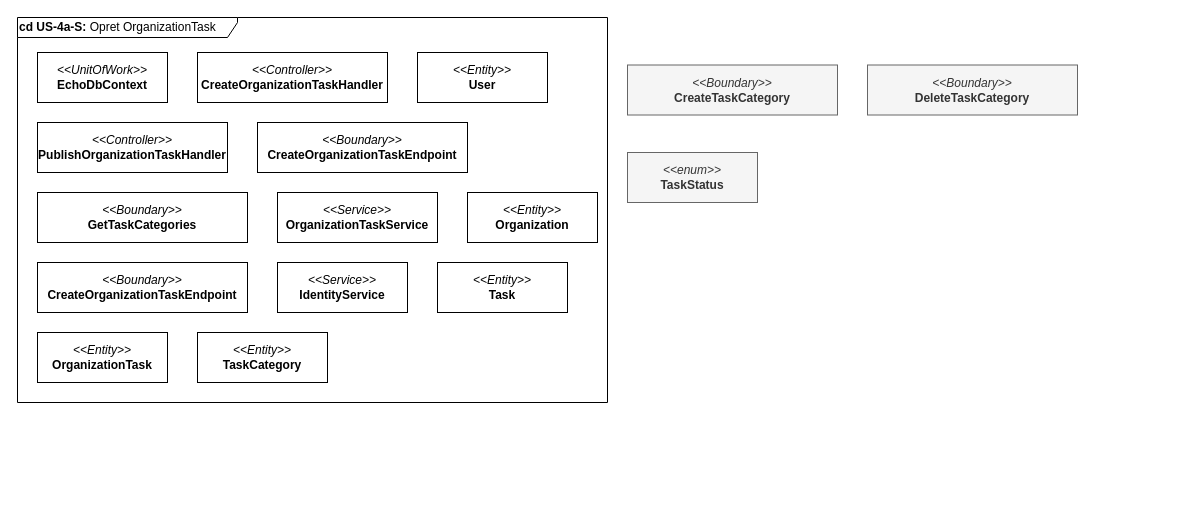
Echo-AU/artifacts keeps this draw.io diagram as page "2 - Klasser uden forbindelser" (2 of 4) of drawio/Applikationsmodeller/US4a/BE/US4a_BE_Applikationsmodel.drawio. Above is the earlier version. Source tidied: cells renumbered, new cells numbered last; positions are measured from the earlier drawing's top-left corner, leaving out a move shared by most shapes. Both pictures are drawn from the tidied source at 100%, with x=0, y=0 at pixel (17, 17).
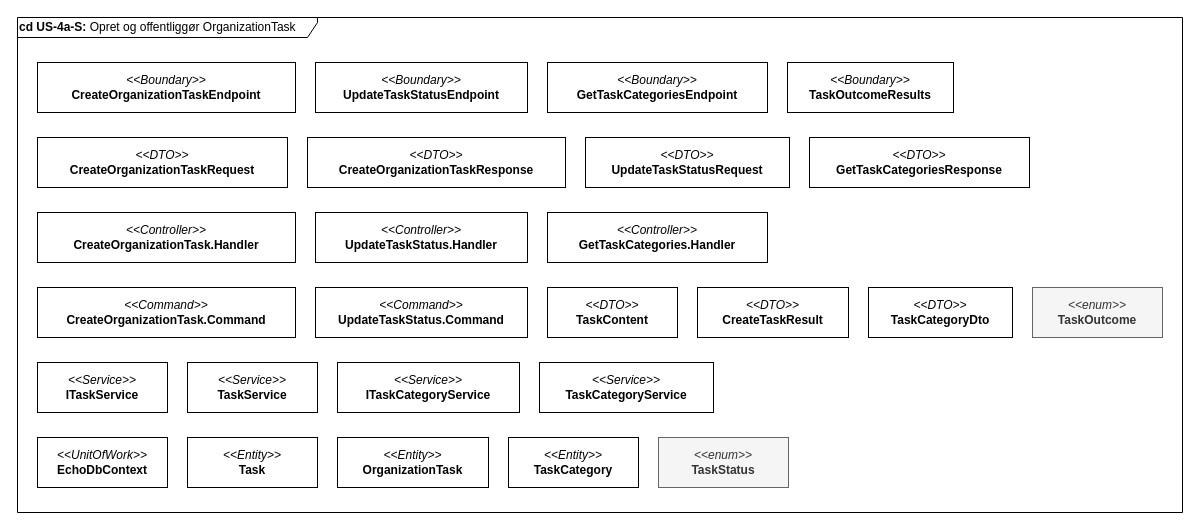
After the change.

Diff of the diagram source:
```diff
@@
-    <mxCell id="2" value="&lt;b style=&quot;text-align: center;&quot;&gt;cd US-4a-S: &lt;/b&gt;&lt;span style=&quot;text-align: center;&quot;&gt;Opret OrganizationTask&lt;/span&gt;" style="shape=umlFrame;whiteSpace=wrap;html=1;width=220;height=20;align=left;" parent="1" vertex="1">
-      <mxGeometry width="590" height="385" as="geometry" />
-    </mxCell>
-    <mxCell id="3" value="&lt;span style=&quot;font-weight: normal;&quot;&gt;&lt;i&gt;&amp;lt;&amp;lt;Service&amp;gt;&amp;gt;&lt;/i&gt;&lt;/span&gt;&lt;div&gt;IdentityService&lt;/div&gt;" style="rounded=0;whiteSpace=wrap;html=1;fontStyle=1;" parent="1" vertex="1">
-      <mxGeometry x="260" y="245" width="130" height="50" as="geometry" />
-    </mxCell>
+    <mxCell id="19" value="&lt;b&gt;cd US-4a-S: &lt;/b&gt;Opret og offentliggør OrganizationTask" style="shape=umlFrame;whiteSpace=wrap;html=1;width=300;height=20;align=left;" parent="1" vertex="1">
+      <mxGeometry width="1165" height="495" as="geometry" />
+    </mxCell>
+    <mxCell id="20" value="&lt;span style=&quot;font-weight: normal;&quot;&gt;&lt;i&gt;&amp;lt;&amp;lt;Boundary&amp;gt;&amp;gt;&lt;/i&gt;&lt;/span&gt;&lt;div&gt;CreateOrganizationTaskEndpoint&lt;/div&gt;" style="rounded=0;whiteSpace=wrap;html=1;fontStyle=1;" parent="1" vertex="1">
+      <mxGeometry x="20" y="45" width="258" height="50" as="geometry" />
+    </mxCell>
+    <mxCell id="21" value="&lt;span style=&quot;font-weight: normal;&quot;&gt;&lt;i&gt;&amp;lt;&amp;lt;Boundary&amp;gt;&amp;gt;&lt;/i&gt;&lt;/span&gt;&lt;div&gt;UpdateTaskStatusEndpoint&lt;/div&gt;" style="rounded=0;whiteSpace=wrap;html=1;fontStyle=1;" parent="1" vertex="1">
+      <mxGeometry x="298" y="45" width="212" height="50" as="geometry" />
+    </mxCell>
+    <mxCell id="22" value="&lt;span style=&quot;font-weight: normal;&quot;&gt;&lt;i&gt;&amp;lt;&amp;lt;Boundary&amp;gt;&amp;gt;&lt;/i&gt;&lt;/span&gt;&lt;div&gt;GetTaskCategoriesEndpoint&lt;/div&gt;" style="rounded=0;whiteSpace=wrap;html=1;fontStyle=1;" parent="1" vertex="1">
+      <mxGeometry x="530" y="45" width="220" height="50" as="geometry" />
+    </mxCell>
+    <mxCell id="23" value="&lt;span style=&quot;font-weight: normal;&quot;&gt;&lt;i&gt;&amp;lt;&amp;lt;Boundary&amp;gt;&amp;gt;&lt;/i&gt;&lt;/span&gt;&lt;div&gt;TaskOutcomeResults&lt;/div&gt;" style="rounded=0;whiteSpace=wrap;html=1;fontStyle=1;" parent="1" vertex="1">
+      <mxGeometry x="770" y="45" width="166" height="50" as="geometry" />
+    </mxCell>
+    <mxCell id="24" value="&lt;span style=&quot;font-weight: normal;&quot;&gt;&lt;i&gt;&amp;lt;&amp;lt;DTO&amp;gt;&amp;gt;&lt;/i&gt;&lt;/span&gt;&lt;div&gt;CreateOrganizationTaskRequest&lt;/div&gt;" style="rounded=0;whiteSpace=wrap;html=1;fontStyle=1;" parent="1" vertex="1">
+      <mxGeometry x="20" y="120" width="250" height="50" as="geometry" />
+    </mxCell>
+    <mxCell id="25" value="&lt;span style=&quot;font-weight: normal;&quot;&gt;&lt;i&gt;&amp;lt;&amp;lt;DTO&amp;gt;&amp;gt;&lt;/i&gt;&lt;/span&gt;&lt;div&gt;CreateOrganizationTaskResponse&lt;/div&gt;" style="rounded=0;whiteSpace=wrap;html=1;fontStyle=1;" parent="1" vertex="1">
+      <mxGeometry x="290" y="120" width="258" height="50" as="geometry" />
+    </mxCell>
+    <mxCell id="26" value="&lt;span style=&quot;font-weight: normal;&quot;&gt;&lt;i&gt;&amp;lt;&amp;lt;DTO&amp;gt;&amp;gt;&lt;/i&gt;&lt;/span&gt;&lt;div&gt;UpdateTaskStatusRequest&lt;/div&gt;" style="rounded=0;whiteSpace=wrap;html=1;fontStyle=1;" parent="1" vertex="1">
+      <mxGeometry x="568" y="120" width="204" height="50" as="geometry" />
+    </mxCell>
+    <mxCell id="27" value="&lt;span style=&quot;font-weight: normal;&quot;&gt;&lt;i&gt;&amp;lt;&amp;lt;DTO&amp;gt;&amp;gt;&lt;/i&gt;&lt;/span&gt;&lt;div&gt;GetTaskCategoriesResponse&lt;/div&gt;" style="rounded=0;whiteSpace=wrap;html=1;fontStyle=1;" parent="1" vertex="1">
+      <mxGeometry x="792" y="120" width="220" height="50" as="geometry" />
+    </mxCell>
+    <mxCell id="28" value="&lt;span style=&quot;font-weight: normal;&quot;&gt;&lt;i&gt;&amp;lt;&amp;lt;Controller&amp;gt;&amp;gt;&lt;/i&gt;&lt;/span&gt;&lt;div&gt;CreateOrganizationTask.Handler&lt;/div&gt;" style="rounded=0;whiteSpace=wrap;html=1;fontStyle=1;" parent="1" vertex="1">
+      <mxGeometry x="20" y="195" width="258" height="50" as="geometry" />
+    </mxCell>
+    <mxCell id="29" value="&lt;span style=&quot;font-weight: normal;&quot;&gt;&lt;i&gt;&amp;lt;&amp;lt;Controller&amp;gt;&amp;gt;&lt;/i&gt;&lt;/span&gt;&lt;div&gt;UpdateTaskStatus.Handler&lt;/div&gt;" style="rounded=0;whiteSpace=wrap;html=1;fontStyle=1;" parent="1" vertex="1">
+      <mxGeometry x="298" y="195" width="212" height="50" as="geometry" />
+    </mxCell>
+    <mxCell id="30" value="&lt;span style=&quot;font-weight: normal;&quot;&gt;&lt;i&gt;&amp;lt;&amp;lt;Controller&amp;gt;&amp;gt;&lt;/i&gt;&lt;/span&gt;&lt;div&gt;GetTaskCategories.Handler&lt;/div&gt;" style="rounded=0;whiteSpace=wrap;html=1;fontStyle=1;" parent="1" vertex="1">
+      <mxGeometry x="530" y="195" width="220" height="50" as="geometry" />
+    </mxCell>
+    <mxCell id="31" value="&lt;span style=&quot;font-weight: normal;&quot;&gt;&lt;i&gt;&amp;lt;&amp;lt;Command&amp;gt;&amp;gt;&lt;/i&gt;&lt;/span&gt;&lt;div&gt;CreateOrganizationTask.Command&lt;/div&gt;" style="rounded=0;whiteSpace=wrap;html=1;fontStyle=1;" parent="1" vertex="1">
+      <mxGeometry x="20" y="270" width="258" height="50" as="geometry" />
+    </mxCell>
+    <mxCell id="32" value="&lt;span style=&quot;font-weight: normal;&quot;&gt;&lt;i&gt;&amp;lt;&amp;lt;Command&amp;gt;&amp;gt;&lt;/i&gt;&lt;/span&gt;&lt;div&gt;UpdateTaskStatus.Command&lt;/div&gt;" style="rounded=0;whiteSpace=wrap;html=1;fontStyle=1;" parent="1" vertex="1">
+      <mxGeometry x="298" y="270" width="212" height="50" as="geometry" />
+    </mxCell>
+    <mxCell id="33" value="&lt;span style=&quot;font-weight: normal;&quot;&gt;&lt;i&gt;&amp;lt;&amp;lt;DTO&amp;gt;&amp;gt;&lt;/i&gt;&lt;/span&gt;&lt;div&gt;TaskContent&lt;/div&gt;" style="rounded=0;whiteSpace=wrap;html=1;fontStyle=1;" parent="1" vertex="1">
+      <mxGeometry x="530" y="270" width="130" height="50" as="geometry" />
+    </mxCell>
+    <mxCell id="34" value="&lt;span style=&quot;font-weight: normal;&quot;&gt;&lt;i&gt;&amp;lt;&amp;lt;DTO&amp;gt;&amp;gt;&lt;/i&gt;&lt;/span&gt;&lt;div&gt;CreateTaskResult&lt;/div&gt;" style="rounded=0;whiteSpace=wrap;html=1;fontStyle=1;" parent="1" vertex="1">
+      <mxGeometry x="680" y="270" width="151" height="50" as="geometry" />
+    </mxCell>
+    <mxCell id="35" value="&lt;span style=&quot;font-weight: normal;&quot;&gt;&lt;i&gt;&amp;lt;&amp;lt;DTO&amp;gt;&amp;gt;&lt;/i&gt;&lt;/span&gt;&lt;div&gt;TaskCategoryDto&lt;/div&gt;" style="rounded=0;whiteSpace=wrap;html=1;fontStyle=1;" parent="1" vertex="1">
+      <mxGeometry x="851" y="270" width="144" height="50" as="geometry" />
+    </mxCell>
+    <mxCell id="36" value="&lt;span style=&quot;font-weight: normal;&quot;&gt;&lt;i&gt;&amp;lt;&amp;lt;enum&amp;gt;&amp;gt;&lt;/i&gt;&lt;/span&gt;&lt;div&gt;TaskOutcome&lt;/div&gt;" style="rounded=0;whiteSpace=wrap;html=1;fontStyle=1;fillColor=#f5f5f5;strokeColor=#666666;fontColor=#333333;" parent="1" vertex="1">
+      <mxGeometry x="1015" y="270" width="130" height="50" as="geometry" />
+    </mxCell>
+    <mxCell id="37" value="&lt;span style=&quot;font-weight: normal;&quot;&gt;&lt;i&gt;&amp;lt;&amp;lt;Service&amp;gt;&amp;gt;&lt;/i&gt;&lt;/span&gt;&lt;div&gt;ITaskService&lt;/div&gt;" style="rounded=0;whiteSpace=wrap;html=1;fontStyle=1;" parent="1" vertex="1">
+      <mxGeometry x="20" y="345" width="130" height="50" as="geometry" />
+    </mxCell>
+    <mxCell id="38" value="&lt;span style=&quot;font-weight: normal;&quot;&gt;&lt;i&gt;&amp;lt;&amp;lt;Service&amp;gt;&amp;gt;&lt;/i&gt;&lt;/span&gt;&lt;div&gt;TaskService&lt;/div&gt;" style="rounded=0;whiteSpace=wrap;html=1;fontStyle=1;" parent="1" vertex="1">
+      <mxGeometry x="170" y="345" width="130" height="50" as="geometry" />
+    </mxCell>
+    <mxCell id="39" value="&lt;span style=&quot;font-weight: normal;&quot;&gt;&lt;i&gt;&amp;lt;&amp;lt;Service&amp;gt;&amp;gt;&lt;/i&gt;&lt;/span&gt;&lt;div&gt;ITaskCategoryService&lt;/div&gt;" style="rounded=0;whiteSpace=wrap;html=1;fontStyle=1;" parent="1" vertex="1">
+      <mxGeometry x="320" y="345" width="182" height="50" as="geometry" />
+    </mxCell>
+    <mxCell id="40" value="&lt;span style=&quot;font-weight: normal;&quot;&gt;&lt;i&gt;&amp;lt;&amp;lt;Service&amp;gt;&amp;gt;&lt;/i&gt;&lt;/span&gt;&lt;div&gt;TaskCategoryService&lt;/div&gt;" style="rounded=0;whiteSpace=wrap;html=1;fontStyle=1;" parent="1" vertex="1">
+      <mxGeometry x="522" y="345" width="174" height="50" as="geometry" />
+    </mxCell>
     <mxCell id="4" value="&lt;span style=&quot;font-weight: normal;&quot;&gt;&lt;i&gt;&amp;lt;&amp;lt;UnitOfWork&amp;gt;&amp;gt;&lt;/i&gt;&lt;/span&gt;&lt;div&gt;EchoDbContext&lt;/div&gt;" style="rounded=0;whiteSpace=wrap;html=1;fontStyle=1;" parent="1" vertex="1">
-      <mxGeometry x="20" y="35" width="130" height="50" as="geometry" />
+      <mxGeometry x="20" y="420" width="130" height="50" as="geometry" />
     </mxCell>
-    <mxCell id="5" value="&lt;span style=&quot;font-weight: normal;&quot;&gt;&lt;i&gt;&amp;lt;&amp;lt;Boundary&amp;gt;&amp;gt;&lt;/i&gt;&lt;/span&gt;&lt;div&gt;CreateOrganizationTaskEndpoint&lt;/div&gt;" style="rounded=0;whiteSpace=wrap;html=1;fontStyle=1;" parent="1" vertex="1">
-      <mxGeometry x="20" y="245" width="210" height="50" as="geometry" />
-    </mxCell>
-    <mxCell id="6" value="&lt;span style=&quot;font-weight: normal;&quot;&gt;&lt;i&gt;&amp;lt;&amp;lt;Boundary&amp;gt;&amp;gt;&lt;/i&gt;&lt;/span&gt;&lt;div&gt;CreateOrganizationTaskEndpoint&lt;/div&gt;" style="rounded=0;whiteSpace=wrap;html=1;fontStyle=1;" parent="1" vertex="1">
-      <mxGeometry x="240" y="105" width="210" height="50" as="geometry" />
-    </mxCell>
-    <mxCell id="7" value="&lt;span style=&quot;font-weight: normal;&quot;&gt;&lt;i&gt;&amp;lt;&amp;lt;Controller&amp;gt;&amp;gt;&lt;/i&gt;&lt;/span&gt;&lt;div&gt;CreateOrganizationTaskHandler&lt;/div&gt;" style="rounded=0;whiteSpace=wrap;html=1;fontStyle=1;" parent="1" vertex="1">
-      <mxGeometry x="180" y="35" width="190" height="50" as="geometry" />
-    </mxCell>
-    <mxCell id="8" value="&lt;span style=&quot;font-weight: normal;&quot;&gt;&lt;i&gt;&amp;lt;&amp;lt;Boundary&amp;gt;&amp;gt;&lt;/i&gt;&lt;/span&gt;&lt;div&gt;GetTaskCategories&lt;/div&gt;" style="rounded=0;whiteSpace=wrap;html=1;fontStyle=1;" parent="1" vertex="1">
-      <mxGeometry x="20" y="175" width="210" height="50" as="geometry" />
-    </mxCell>
-    <mxCell id="9" value="&lt;span style=&quot;font-weight: normal;&quot;&gt;&lt;i&gt;&amp;lt;&amp;lt;Boundary&amp;gt;&amp;gt;&lt;/i&gt;&lt;/span&gt;&lt;div&gt;DeleteTaskCategory&lt;/div&gt;" style="rounded=0;whiteSpace=wrap;html=1;fontStyle=1;fillColor=#f5f5f5;strokeColor=#666666;fontColor=#333333;" parent="1" vertex="1">
-      <mxGeometry x="850" y="47.5" width="210" height="50" as="geometry" />
-    </mxCell>
-    <mxCell id="10" value="&lt;span style=&quot;font-weight: normal;&quot;&gt;&lt;i&gt;&amp;lt;&amp;lt;Boundary&amp;gt;&amp;gt;&lt;/i&gt;&lt;/span&gt;&lt;div&gt;CreateTaskCategory&lt;/div&gt;" style="rounded=0;whiteSpace=wrap;html=1;fontStyle=1;fillColor=#f5f5f5;strokeColor=#666666;fontColor=#333333;" parent="1" vertex="1">
-      <mxGeometry x="610" y="47.5" width="210" height="50" as="geometry" />
-    </mxCell>
-    <mxCell id="11" value="&lt;span style=&quot;font-weight: normal;&quot;&gt;&lt;i&gt;&amp;lt;&amp;lt;Controller&amp;gt;&amp;gt;&lt;/i&gt;&lt;/span&gt;&lt;div&gt;PublishOrganizationTaskHandler&lt;/div&gt;" style="rounded=0;whiteSpace=wrap;html=1;fontStyle=1;" parent="1" vertex="1">
-      <mxGeometry x="20" y="105" width="190" height="50" as="geometry" />
-    </mxCell>
-    <mxCell id="12" value="&lt;span style=&quot;font-weight: normal;&quot;&gt;&lt;i&gt;&amp;lt;&amp;lt;Service&amp;gt;&amp;gt;&lt;/i&gt;&lt;/span&gt;&lt;div&gt;OrganizationTaskService&lt;/div&gt;" style="rounded=0;whiteSpace=wrap;html=1;fontStyle=1;" parent="1" vertex="1">
-      <mxGeometry x="260" y="175" width="160" height="50" as="geometry" />
-    </mxCell>
-    <mxCell id="13" value="&lt;span style=&quot;font-weight: normal;&quot;&gt;&lt;i&gt;&amp;lt;&amp;lt;Entity&amp;gt;&amp;gt;&lt;/i&gt;&lt;/span&gt;&lt;div&gt;User&lt;/div&gt;" style="rounded=0;whiteSpace=wrap;html=1;fontStyle=1;" parent="1" vertex="1">
-      <mxGeometry x="400" y="35" width="130" height="50" as="geometry" />
-    </mxCell>
-    <mxCell id="14" value="&lt;span style=&quot;font-weight: normal;&quot;&gt;&lt;i&gt;&amp;lt;&amp;lt;Entity&amp;gt;&amp;gt;&lt;/i&gt;&lt;/span&gt;&lt;div&gt;Organization&lt;/div&gt;" style="rounded=0;whiteSpace=wrap;html=1;fontStyle=1;" parent="1" vertex="1">
-      <mxGeometry x="450" y="175" width="130" height="50" as="geometry" />
-    </mxCell>
     <mxCell id="15" value="&lt;span style=&quot;font-weight: normal;&quot;&gt;&lt;i&gt;&amp;lt;&amp;lt;Entity&amp;gt;&amp;gt;&lt;/i&gt;&lt;/span&gt;&lt;div&gt;Task&lt;/div&gt;" style="rounded=0;whiteSpace=wrap;html=1;fontStyle=1;" parent="1" vertex="1">
-      <mxGeometry x="420" y="245" width="130" height="50" as="geometry" />
+      <mxGeometry x="170" y="420" width="130" height="50" as="geometry" />
     </mxCell>
     <mxCell id="16" value="&lt;span style=&quot;font-weight: normal;&quot;&gt;&lt;i&gt;&amp;lt;&amp;lt;Entity&amp;gt;&amp;gt;&lt;/i&gt;&lt;/span&gt;&lt;div&gt;OrganizationTask&lt;/div&gt;" style="rounded=0;whiteSpace=wrap;html=1;fontStyle=1;" parent="1" vertex="1">
-      <mxGeometry x="20" y="315" width="130" height="50" as="geometry" />
+      <mxGeometry x="320" y="420" width="151" height="50" as="geometry" />
     </mxCell>
     <mxCell id="17" value="&lt;span style=&quot;font-weight: normal;&quot;&gt;&lt;i&gt;&amp;lt;&amp;lt;Entity&amp;gt;&amp;gt;&lt;/i&gt;&lt;/span&gt;&lt;div&gt;TaskCategory&lt;/div&gt;" style="rounded=0;whiteSpace=wrap;html=1;fontStyle=1;" parent="1" vertex="1">
-      <mxGeometry x="180" y="315" width="130" height="50" as="geometry" />
+      <mxGeometry x="491" y="420" width="130" height="50" as="geometry" />
     </mxCell>
-    <mxCell id="18" value="&lt;span style=&quot;font-weight: normal;&quot;&gt;&lt;i&gt;&amp;lt;&amp;lt;enum&amp;gt;&amp;gt;&lt;/i&gt;&lt;/span&gt;&lt;div&gt;TaskStatus&lt;/div&gt;" style="rounded=0;whiteSpace=wrap;html=1;fontStyle=1;fillColor=#f5f5f5;fontColor=#333333;strokeColor=#666666;" parent="1" vertex="1">
-      <mxGeometry x="610" y="135" width="130" height="50" as="geometry" />
+    <mxCell id="18" value="&lt;span style=&quot;font-weight: normal;&quot;&gt;&lt;i&gt;&amp;lt;&amp;lt;enum&amp;gt;&amp;gt;&lt;/i&gt;&lt;/span&gt;&lt;div&gt;TaskStatus&lt;/div&gt;" style="rounded=0;whiteSpace=wrap;html=1;fontStyle=1;fillColor=#f5f5f5;strokeColor=#666666;fontColor=#333333;" parent="1" vertex="1">
+      <mxGeometry x="641" y="420" width="130" height="50" as="geometry" />
     </mxCell>
```
